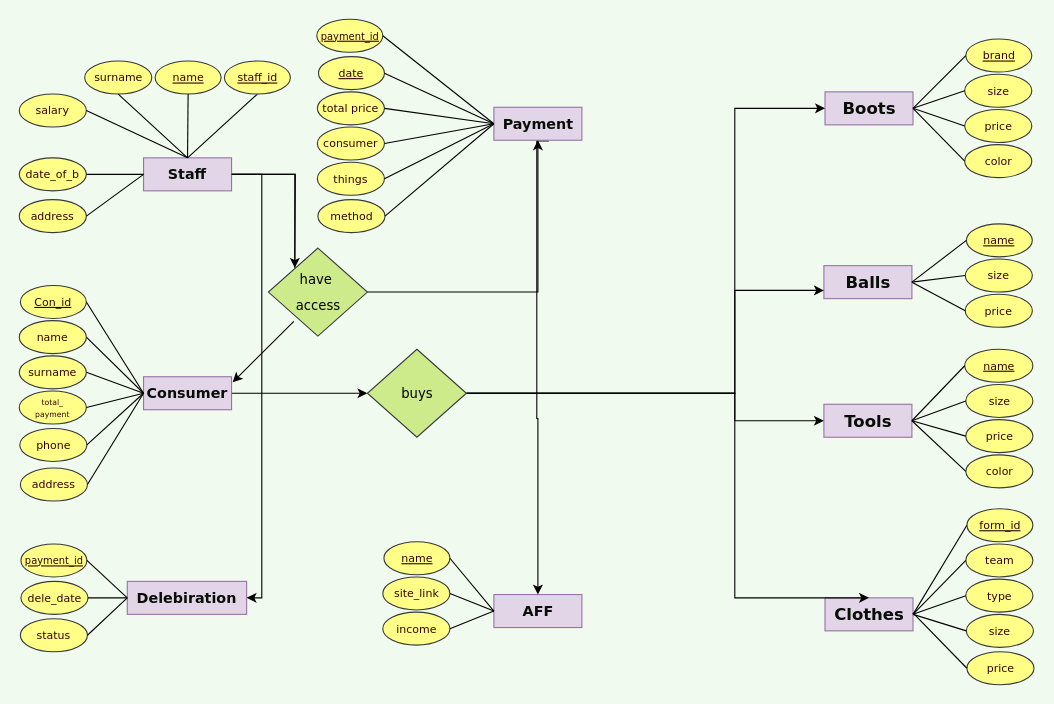
The draw.io diagram ERD_Midterm.drawio in zhansserik/DBMS-2_project, before the edit. Source tidied: cells renumbered, new cells numbered last; positions are measured from the earlier drawing's top-left corner, leaving out a move shared by most shapes. Both pictures are drawn from the tidied source at 110%, with x=0, y=0 at pixel (19, 19).
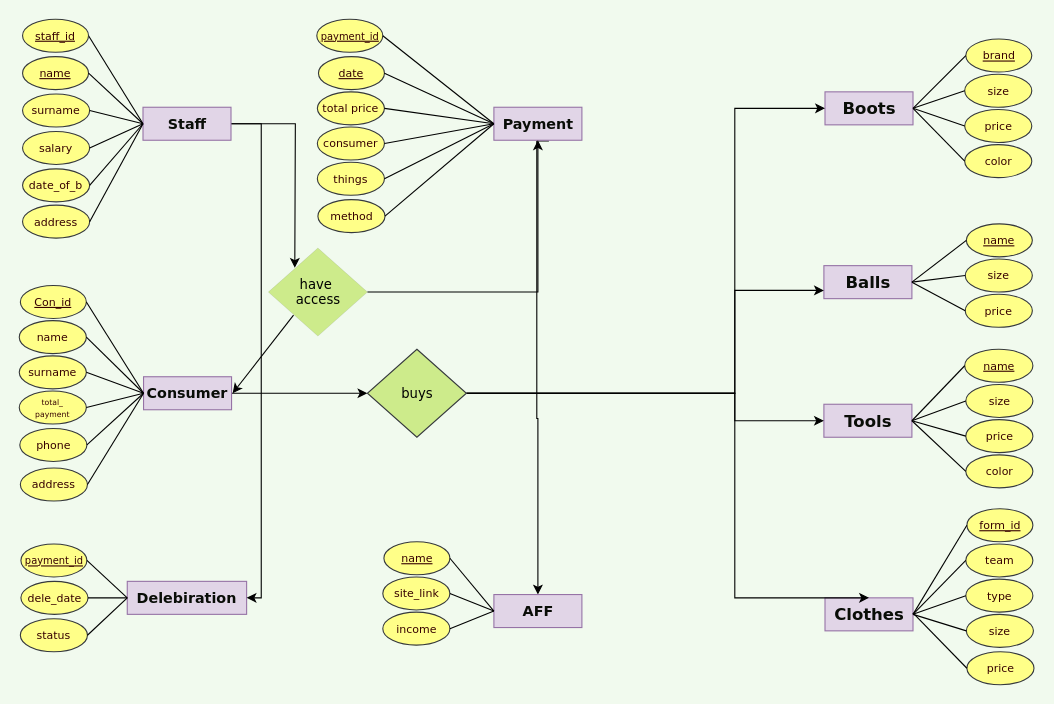
Above is the later version.

Unchanged cells that the change refers to:
```xml
<mxCell id="69" value="&lt;font color=&quot;#090d07&quot;&gt;Delebiration&lt;/font&gt;" style="rounded=0;whiteSpace=wrap;html=1;shadow=0;labelBackgroundColor=none;labelBorderColor=none;sketch=0;fillStyle=auto;strokeColor=#9673a6;strokeWidth=1;fontFamily=Verdana;fontSize=13;fillColor=#e1d5e7;fontStyle=1;" parent="1" vertex="1">
  <mxGeometry x="98.2" y="511" width="108.5" height="30" as="geometry" />
</mxCell>
```

Diff of the diagram source:
```diff
@@
     <mxCell id="81" style="edgeStyle=orthogonalEdgeStyle;rounded=0;jettySize=auto;html=1;exitX=1;exitY=0.5;exitDx=0;exitDy=0;entryX=1;entryY=0.5;entryDx=0;entryDy=0;" parent="1" edge="1" source="82" target="69">
       <mxGeometry relative="1" as="geometry">
         <Array as="points">
-          <mxPoint x="220.5" y="141" />
-          <mxPoint x="220.5" y="526" />
+          <mxPoint x="220" y="95" />
+          <mxPoint x="220" y="526" />
         </Array>
       </mxGeometry>
     </mxCell>
     <mxCell id="82" value="&lt;font color=&quot;#090d07&quot; style=&quot;font-size: 13px;&quot;&gt;Staff&lt;br&gt;&lt;/font&gt;" style="rounded=0;whiteSpace=wrap;html=1;shadow=0;labelBackgroundColor=none;labelBorderColor=none;sketch=0;fillStyle=auto;strokeColor=#9673a6;strokeWidth=1;fontFamily=Verdana;fontSize=13;fillColor=#e1d5e7;fontStyle=1;" parent="1" vertex="1">
-      <mxGeometry x="113" y="126" width="80" height="30" as="geometry" />
+      <mxGeometry x="112.5" y="80" width="80" height="30" as="geometry" />
     </mxCell>
     <mxCell id="83" value="&lt;font color=&quot;#360000&quot; style=&quot;font-size: 10px;&quot;&gt;&lt;u&gt;name&lt;/u&gt;&lt;/font&gt;" style="ellipse;whiteSpace=wrap;html=1;rounded=0;shadow=0;labelBackgroundColor=none;labelBorderColor=none;sketch=0;fillStyle=auto;strokeColor=#36393d;strokeWidth=1;fontFamily=Verdana;fontSize=10;fillColor=#ffff88;" parent="1" vertex="1">
-      <mxGeometry x="123.5" y="38" width="60" height="30" as="geometry" />
+      <mxGeometry x="3" y="34" width="60" height="30" as="geometry" />
     </mxCell>
     <mxCell id="84" value="&lt;font color=&quot;#360000&quot; style=&quot;font-size: 10px;&quot;&gt;surname&lt;/font&gt;" style="ellipse;whiteSpace=wrap;html=1;rounded=0;shadow=0;labelBackgroundColor=none;labelBorderColor=none;sketch=0;fillStyle=auto;strokeColor=#36393d;strokeWidth=1;fontFamily=Verdana;fontSize=10;fillColor=#ffff88;" parent="1" vertex="1">
-      <mxGeometry x="59.5" y="38" width="61" height="30" as="geometry" />
+      <mxGeometry x="3" y="68" width="61" height="30" as="geometry" />
     </mxCell>
     <mxCell id="85" value="&lt;p style=&quot;line-height: 90%;&quot;&gt;&lt;font color=&quot;#360000&quot;&gt;&lt;span style=&quot;&quot;&gt;date_of_b&lt;/span&gt;&lt;/font&gt;&lt;/p&gt;" style="ellipse;whiteSpace=wrap;html=1;rounded=0;shadow=0;labelBackgroundColor=none;labelBorderColor=none;sketch=0;fillStyle=auto;strokeColor=#36393d;strokeWidth=1;fontFamily=Verdana;fontSize=10;fillColor=#ffff88;" parent="1" vertex="1">
-      <mxGeometry y="126" width="61" height="30" as="geometry" />
+      <mxGeometry x="3" y="136" width="61" height="30" as="geometry" />
     </mxCell>
     <mxCell id="86" value="&lt;font color=&quot;#360000&quot; style=&quot;font-size: 10px;&quot;&gt;salary&lt;/font&gt;" style="ellipse;whiteSpace=wrap;html=1;rounded=0;shadow=0;labelBackgroundColor=none;labelBorderColor=none;sketch=0;fillStyle=auto;strokeColor=#36393d;strokeWidth=1;fontFamily=Verdana;fontSize=10;fillColor=#ffff88;" parent="1" vertex="1">
-      <mxGeometry y="68" width="61" height="30" as="geometry" />
+      <mxGeometry x="3" y="102" width="61" height="30" as="geometry" />
     </mxCell>
-    <mxCell id="87" style="endArrow=none;html=1;rounded=0;fontFamily=Verdana;fontSize=10;fontColor=#090D07;entryX=1;entryY=0.5;entryDx=0;entryDy=0;exitX=0.5;exitY=0;exitDx=0;exitDy=0;" parent="1" edge="1" source="82" target="86">
+    <mxCell id="87" style="endArrow=none;html=1;rounded=0;fontFamily=Verdana;fontSize=10;fontColor=#090D07;entryX=1;entryY=0.5;entryDx=0;entryDy=0;exitX=0;exitY=0.5;exitDx=0;exitDy=0;" parent="1" edge="1" source="82" target="86">
       <mxGeometry relative="1" as="geometry" />
     </mxCell>
@@
-    <mxCell id="89" style="endArrow=none;html=1;rounded=0;fontFamily=Verdana;fontSize=10;fontColor=#090D07;entryX=0.5;entryY=1;entryDx=0;entryDy=0;exitX=0.5;exitY=0;exitDx=0;exitDy=0;" parent="1" edge="1" source="82" target="84">
+    <mxCell id="89" style="endArrow=none;html=1;rounded=0;fontFamily=Verdana;fontSize=10;fontColor=#090D07;entryX=1;entryY=0.5;entryDx=0;entryDy=0;exitX=0;exitY=0.5;exitDx=0;exitDy=0;" parent="1" edge="1" source="82" target="84">
       <mxGeometry relative="1" as="geometry" />
     </mxCell>
-    <mxCell id="90" style="endArrow=none;html=1;rounded=0;fontFamily=Verdana;fontSize=10;fontColor=#090D07;entryX=0.5;entryY=1;entryDx=0;entryDy=0;exitX=0.5;exitY=0;exitDx=0;exitDy=0;" parent="1" edge="1" source="82" target="93">
+    <mxCell id="90" style="endArrow=none;html=1;rounded=0;fontFamily=Verdana;fontSize=10;fontColor=#090D07;entryX=1;entryY=0.5;entryDx=0;entryDy=0;exitX=0;exitY=0.5;exitDx=0;exitDy=0;" parent="1" edge="1" source="82" target="93">
       <mxGeometry relative="1" as="geometry" />
     </mxCell>
     <mxCell id="91" value="&lt;font color=&quot;#360000&quot; style=&quot;font-size: 10px;&quot;&gt;address&lt;/font&gt;" style="ellipse;whiteSpace=wrap;html=1;rounded=0;shadow=0;labelBackgroundColor=none;labelBorderColor=none;sketch=0;fillStyle=auto;strokeColor=#36393d;strokeWidth=1;fontFamily=Verdana;fontSize=10;fillColor=#ffff88;" parent="1" vertex="1">
-      <mxGeometry y="164" width="61" height="30" as="geometry" />
+      <mxGeometry x="3" y="169" width="61" height="30" as="geometry" />
     </mxCell>
@@
     <mxCell id="93" value="&lt;font color=&quot;#360000&quot; style=&quot;font-size: 10px;&quot;&gt;&lt;u&gt;staff_id&lt;/u&gt;&lt;/font&gt;" style="ellipse;whiteSpace=wrap;html=1;rounded=0;shadow=0;labelBackgroundColor=none;labelBorderColor=none;sketch=0;fillStyle=auto;strokeColor=#36393d;strokeWidth=1;fontFamily=Verdana;fontSize=10;fillColor=#ffff88;" parent="1" vertex="1">
-      <mxGeometry x="186.5" y="38" width="60" height="30" as="geometry" />
+      <mxGeometry x="3" width="60" height="30" as="geometry" />
     </mxCell>
@@
-    <mxCell id="96" value="&lt;font style=&quot;font-size: 12px;&quot;&gt;have&amp;nbsp;&lt;br&gt;access&lt;br&gt;&lt;/font&gt;" style="strokeWidth=1;html=1;shape=mxgraph.flowchart.decision;whiteSpace=wrap;rounded=0;shadow=0;labelBackgroundColor=none;labelBorderColor=none;sketch=0;fillStyle=auto;strokeColor=#36393d;fontFamily=Verdana;fontSize=20;fillColor=#cdeb8b;verticalAlign=middle;labelPosition=center;verticalLabelPosition=middle;align=center;spacingTop=-7;" parent="1" vertex="1">
+    <mxCell id="96" value="&lt;p style=&quot;line-height: 50%;&quot;&gt;&lt;font style=&quot;font-size: 12px;&quot;&gt;have&amp;nbsp;&lt;br&gt;access&lt;br&gt;&lt;/font&gt;&lt;/p&gt;" style="strokeWidth=0;html=1;shape=mxgraph.flowchart.decision;rounded=0;shadow=0;labelBackgroundColor=none;labelBorderColor=none;sketch=0;fillStyle=auto;strokeColor=#36393d;fontFamily=Verdana;fontSize=20;fillColor=#cdeb8b;verticalAlign=middle;labelPosition=center;verticalLabelPosition=middle;align=center;spacingTop=-4;horizontal=1;whiteSpace=wrap;fontColor=default;" parent="1" vertex="1">
       <mxGeometry x="226.5" y="208" width="90" height="80" as="geometry" />
     </mxCell>
@@
-    <mxCell id="101" style="endArrow=none;html=1;rounded=0;fontFamily=Verdana;fontSize=10;fontColor=#090D07;entryX=0.5;entryY=1;entryDx=0;entryDy=0;exitX=0.5;exitY=0;exitDx=0;exitDy=0;" parent="1" edge="1" source="82" target="83">
+    <mxCell id="101" style="endArrow=none;html=1;rounded=0;fontFamily=Verdana;fontSize=10;fontColor=#090D07;entryX=1;entryY=0.5;entryDx=0;entryDy=0;exitX=0;exitY=0.5;exitDx=0;exitDy=0;" parent="1" edge="1" source="82" target="83">
       <mxGeometry relative="1" as="geometry" />
     </mxCell>
-    <mxCell id="102" style="edgeStyle=orthogonalEdgeStyle;rounded=0;jettySize=auto;html=1;exitX=1;exitY=0.5;exitDx=0;exitDy=0;endArrow=none;endFill=0;" parent="1" edge="1" source="82">
-      <mxGeometry relative="1" as="geometry">
-        <mxPoint x="250.5" y="226" as="targetPoint" />
-        <Array as="points">
-          <mxPoint x="250" y="141" />
-        </Array>
-      </mxGeometry>
-    </mxCell>
-    <mxCell id="103" style="endArrow=classic;html=1;rounded=0;exitX=0.257;exitY=0.832;exitDx=0;exitDy=0;exitPerimeter=0;" parent="1" edge="1" source="96">
+    <mxCell id="103" style="endArrow=classic;html=1;rounded=0;exitX=0.254;exitY=0.763;exitDx=0;exitDy=0;exitPerimeter=0;" parent="1" edge="1" source="96">
       <mxGeometry relative="1" as="geometry">
-        <mxPoint x="194" y="330" as="targetPoint" />
+        <mxPoint x="194" y="340" as="targetPoint" />
       </mxGeometry>
     </mxCell>
```
